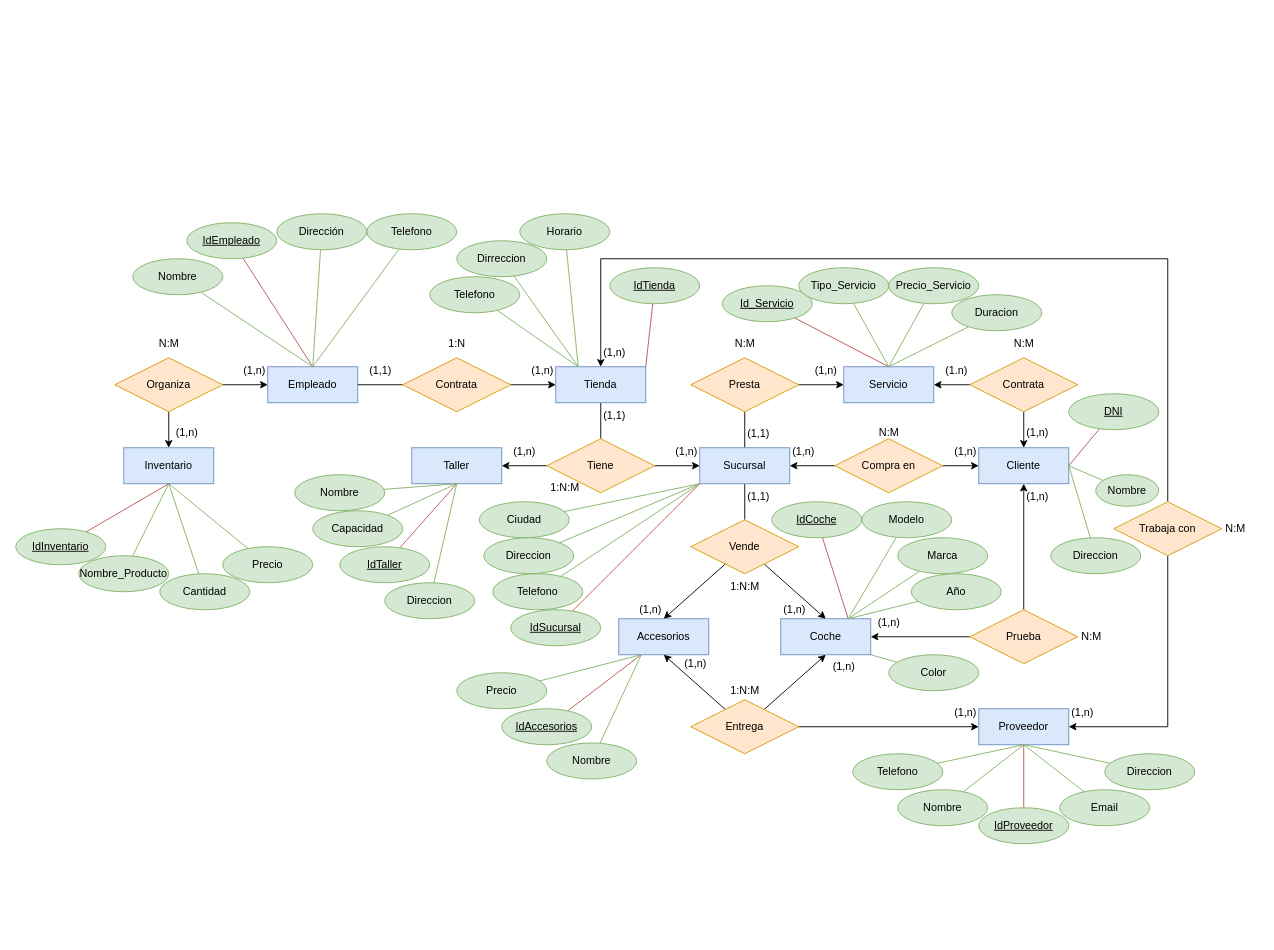
Before: Overcame.drawio in YerayGM/ProyectoOvercame-BAE, a draw.io diagram. Source tidied: cells renumbered, new cells numbered last; positions are measured from the earlier drawing's top-left corner, leaving out a move shared by most shapes. Both pictures are drawn from the tidied source at 90%, with x=0, y=0 at pixel (15, 213).
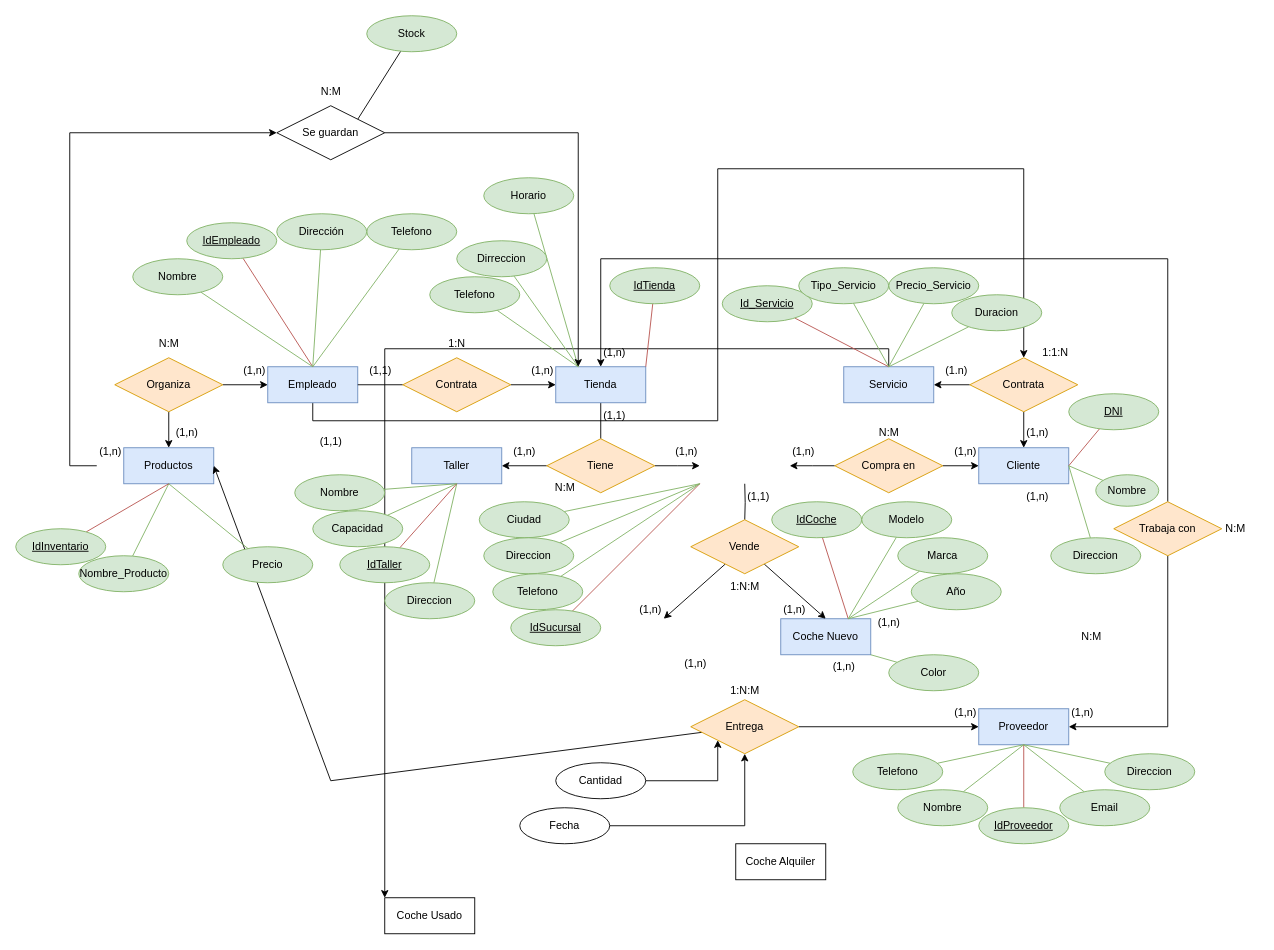
Above is the later version.

The change refers to these unchanged cells:
```xml
<mxCell id="3" value="Empleado" style="whiteSpace=wrap;html=1;align=center;fillColor=#dae8fc;strokeColor=#6c8ebf;" parent="1" vertex="1">
  <mxGeometry x="280" y="170" width="100" height="40" as="geometry" />
</mxCell>
<mxCell id="4" value="Servicio" style="whiteSpace=wrap;html=1;align=center;fillColor=#dae8fc;strokeColor=#6c8ebf;" parent="1" vertex="1">
  <mxGeometry x="920" y="170" width="100" height="40" as="geometry" />
</mxCell>
<mxCell id="10" value="Tienda" style="whiteSpace=wrap;html=1;align=center;fillColor=#dae8fc;strokeColor=#6c8ebf;" parent="1" vertex="1">
  <mxGeometry x="600" y="170" width="100" height="40" as="geometry" />
</mxCell>
<mxCell id="11" value="Cliente" style="whiteSpace=wrap;html=1;align=center;fillColor=#dae8fc;strokeColor=#6c8ebf;" parent="1" vertex="1">
  <mxGeometry x="1070" y="260" width="100" height="40" as="geometry" />
</mxCell>
<mxCell id="18" value="Entrega" style="shape=rhombus;perimeter=rhombusPerimeter;whiteSpace=wrap;html=1;align=center;fillColor=#ffe6cc;strokeColor=#d79b00;" parent="1" vertex="1">
  <mxGeometry x="750" y="540" width="120" height="60" as="geometry" />
</mxCell>
<mxCell id="24" value="Contrata" style="shape=rhombus;perimeter=rhombusPerimeter;whiteSpace=wrap;html=1;align=center;fillColor=#ffe6cc;strokeColor=#d79b00;" parent="1" vertex="1">
  <mxGeometry x="1060" y="160" width="120" height="60" as="geometry" />
</mxCell>
<mxCell id="32" value="Compra en" style="shape=rhombus;perimeter=rhombusPerimeter;whiteSpace=wrap;html=1;align=center;fillColor=#ffe6cc;strokeColor=#d79b00;" parent="1" vertex="1">
  <mxGeometry x="910" y="250" width="120" height="60" as="geometry" />
</mxCell>
<mxCell id="38" value="Vende" style="shape=rhombus;perimeter=rhombusPerimeter;whiteSpace=wrap;html=1;align=center;fillColor=#ffe6cc;strokeColor=#d79b00;" parent="1" vertex="1">
  <mxGeometry x="750" y="340" width="120" height="60" as="geometry" />
</mxCell>
<mxCell id="41" value="Tiene" style="shape=rhombus;perimeter=rhombusPerimeter;whiteSpace=wrap;html=1;align=center;fillColor=#ffe6cc;strokeColor=#d79b00;" parent="1" vertex="1">
  <mxGeometry x="590" y="250" width="120" height="60" as="geometry" />
</mxCell>
<mxCell id="80" value="Ciudad" style="ellipse;whiteSpace=wrap;html=1;align=center;fillColor=#d5e8d4;strokeColor=#82b366;" parent="1" vertex="1">
  <mxGeometry x="515" y="320" width="100" height="40" as="geometry" />
</mxCell>
<mxCell id="82" value="Direccion" style="ellipse;whiteSpace=wrap;html=1;align=center;fillColor=#d5e8d4;strokeColor=#82b366;" parent="1" vertex="1">
  <mxGeometry x="520" y="360" width="100" height="40" as="geometry" />
</mxCell>
<mxCell id="116" value="IdSucursal" style="ellipse;whiteSpace=wrap;html=1;align=center;fontStyle=4;fillColor=#d5e8d4;strokeColor=#82b366;" parent="1" vertex="1">
  <mxGeometry x="550" y="440" width="100" height="40" as="geometry" />
</mxCell>
<mxCell id="156" value="Telefono" style="ellipse;whiteSpace=wrap;html=1;align=center;fillColor=#d5e8d4;strokeColor=#82b366;" parent="1" vertex="1">
  <mxGeometry x="530" y="400" width="100" height="40" as="geometry" />
</mxCell>
```

The edit, as a diff of the source:
```diff
@@
+    <mxCell id="158" style="edgeStyle=orthogonalEdgeStyle;rounded=0;jettySize=auto;html=1;" parent="1" edge="1" target="163">
+      <mxGeometry relative="1" as="geometry">
+        <mxPoint x="90" y="280" as="sourcePoint" />
+        <Array as="points">
+          <mxPoint x="60" y="280" />
+          <mxPoint x="60" y="-90" />
+        </Array>
+      </mxGeometry>
+    </mxCell>
-    <mxCell id="2" value="Inventario" style="whiteSpace=wrap;html=1;align=center;fillColor=#dae8fc;strokeColor=#6c8ebf;" parent="1" vertex="1">
+    <mxCell id="2" value="Productos" style="whiteSpace=wrap;html=1;align=center;fillColor=#dae8fc;strokeColor=#6c8ebf;" parent="1" vertex="1">
       <mxGeometry x="120" y="260" width="100" height="40" as="geometry" />
     </mxCell>
+    <mxCell id="159" style="edgeStyle=orthogonalEdgeStyle;rounded=0;jettySize=auto;html=1;" parent="1" edge="1" source="3" target="24">
+      <mxGeometry relative="1" as="geometry">
+        <Array as="points">
+          <mxPoint x="330" y="230" />
+          <mxPoint x="780" y="230" />
+          <mxPoint x="780" y="-50" />
+          <mxPoint x="1120" y="-50" />
+        </Array>
+      </mxGeometry>
+    </mxCell>
@@
+    <mxCell id="160" style="edgeStyle=orthogonalEdgeStyle;rounded=0;jettySize=auto;html=1;" parent="1" edge="1" source="4" target="169">
+      <mxGeometry relative="1" as="geometry">
+        <Array as="points">
+          <mxPoint x="970" y="150" />
+          <mxPoint x="410" y="150" />
+        </Array>
+      </mxGeometry>
+    </mxCell>
@@
-    <mxCell id="6" style="edgeStyle=orthogonalEdgeStyle;rounded=0;jettySize=auto;html=1;endArrow=none;endFill=0;" parent="1" edge="1" source="8" target="38">
-      <mxGeometry relative="1" as="geometry" />
+    <mxCell id="6" style="edgeStyle=orthogonalEdgeStyle;rounded=0;jettySize=auto;html=1;endArrow=none;endFill=0;" parent="1" edge="1" target="38">
+      <mxGeometry relative="1" as="geometry">
+        <mxPoint x="810" y="300" as="sourcePoint" />
+      </mxGeometry>
     </mxCell>
-    <mxCell id="7" style="edgeStyle=orthogonalEdgeStyle;rounded=0;jettySize=auto;html=1;entryX=0.5;entryY=1;entryDx=0;entryDy=0;endArrow=none;endFill=0;" parent="1" edge="1" source="8" target="26">
-      <mxGeometry relative="1" as="geometry" />
-    </mxCell>
-    <mxCell id="8" value="Sucursal" style="whiteSpace=wrap;html=1;align=center;fillColor=#dae8fc;strokeColor=#6c8ebf;" parent="1" vertex="1">
-      <mxGeometry x="760" y="260" width="100" height="40" as="geometry" />
-    </mxCell>
@@
-    <mxCell id="13" value="Accesorios" style="whiteSpace=wrap;html=1;align=center;fillColor=#dae8fc;strokeColor=#6c8ebf;" parent="1" vertex="1">
-      <mxGeometry x="670" y="450" width="100" height="40" as="geometry" />
-    </mxCell>
-    <mxCell id="14" value="Coche" style="whiteSpace=wrap;html=1;align=center;fillColor=#dae8fc;strokeColor=#6c8ebf;" parent="1" vertex="1">
+    <mxCell id="14" value="Coche Nuevo" style="whiteSpace=wrap;html=1;align=center;fillColor=#dae8fc;strokeColor=#6c8ebf;" parent="1" vertex="1">
       <mxGeometry x="850" y="450" width="100" height="40" as="geometry" />
     </mxCell>
-    <mxCell id="15" style="rounded=0;jettySize=auto;html=1;entryX=0.5;entryY=1;entryDx=0;entryDy=0;" parent="1" edge="1" source="18" target="14">
-      <mxGeometry relative="1" as="geometry" />
-    </mxCell>
-    <mxCell id="16" style="rounded=0;jettySize=auto;html=1;entryX=0.5;entryY=1;entryDx=0;entryDy=0;" parent="1" edge="1" source="18" target="13">
-      <mxGeometry relative="1" as="geometry" />
+    <mxCell id="16" style="rounded=0;jettySize=auto;html=1;entryX=1;entryY=0.5;entryDx=0;entryDy=0;" parent="1" edge="1" source="18" target="2">
+      <mxGeometry relative="1" as="geometry">
+        <Array as="points">
+          <mxPoint x="350" y="630" />
+        </Array>
+      </mxGeometry>
     </mxCell>
@@
-    <mxCell id="25" style="edgeStyle=orthogonalEdgeStyle;rounded=0;jettySize=auto;html=1;entryX=0;entryY=0.5;entryDx=0;entryDy=0;" parent="1" edge="1" source="26" target="4">
-      <mxGeometry relative="1" as="geometry" />
-    </mxCell>
-    <mxCell id="26" value="Presta" style="shape=rhombus;perimeter=rhombusPerimeter;whiteSpace=wrap;html=1;align=center;fillColor=#ffe6cc;strokeColor=#d79b00;" parent="1" vertex="1">
-      <mxGeometry x="750" y="160" width="120" height="60" as="geometry" />
-    </mxCell>
@@
-    <mxCell id="30" style="edgeStyle=orthogonalEdgeStyle;rounded=0;jettySize=auto;html=1;entryX=1;entryY=0.5;entryDx=0;entryDy=0;" parent="1" edge="1" source="32" target="8">
-      <mxGeometry relative="1" as="geometry" />
+    <mxCell id="30" style="edgeStyle=orthogonalEdgeStyle;rounded=0;jettySize=auto;html=1;entryX=1;entryY=0.5;entryDx=0;entryDy=0;" parent="1" edge="1" source="32">
+      <mxGeometry relative="1" as="geometry">
+        <mxPoint x="860" y="280" as="targetPoint" />
+      </mxGeometry>
     </mxCell>
@@
-    <mxCell id="33" style="edgeStyle=orthogonalEdgeStyle;rounded=0;jettySize=auto;html=1;entryX=1;entryY=0.5;entryDx=0;entryDy=0;" parent="1" edge="1" source="35" target="14">
-      <mxGeometry relative="1" as="geometry" />
-    </mxCell>
-    <mxCell id="34" style="edgeStyle=orthogonalEdgeStyle;rounded=0;jettySize=auto;html=1;" parent="1" edge="1" source="35" target="11">
-      <mxGeometry relative="1" as="geometry" />
-    </mxCell>
-    <mxCell id="35" value="Prueba" style="shape=rhombus;perimeter=rhombusPerimeter;whiteSpace=wrap;html=1;align=center;fillColor=#ffe6cc;strokeColor=#d79b00;" parent="1" vertex="1">
-      <mxGeometry x="1060" y="440" width="120" height="60" as="geometry" />
-    </mxCell>
-    <mxCell id="36" style="rounded=0;jettySize=auto;html=1;entryX=0.5;entryY=0;entryDx=0;entryDy=0;endArrow=classic;endFill=1;" parent="1" edge="1" source="38" target="13">
-      <mxGeometry relative="1" as="geometry" />
+    <mxCell id="36" style="rounded=0;jettySize=auto;html=1;entryX=0.5;entryY=0;entryDx=0;entryDy=0;endArrow=classic;endFill=1;" parent="1" edge="1" source="38">
+      <mxGeometry relative="1" as="geometry">
+        <mxPoint x="720" y="450" as="targetPoint" />
+      </mxGeometry>
     </mxCell>
@@
-    <mxCell id="39" style="edgeStyle=orthogonalEdgeStyle;rounded=0;jettySize=auto;html=1;entryX=0;entryY=0.5;entryDx=0;entryDy=0;" parent="1" edge="1" source="41" target="8">
-      <mxGeometry relative="1" as="geometry" />
+    <mxCell id="39" style="edgeStyle=orthogonalEdgeStyle;rounded=0;jettySize=auto;html=1;entryX=0;entryY=0.5;entryDx=0;entryDy=0;" parent="1" edge="1" source="41">
+      <mxGeometry relative="1" as="geometry">
+        <mxPoint x="760" y="280" as="targetPoint" />
+      </mxGeometry>
     </mxCell>
@@
-    <mxCell id="44" value="1:N:M" style="text;html=1;align=center;verticalAlign=middle;strokeColor=none;fillColor=none;" parent="1" vertex="1">
-      <mxGeometry x="580" y="290" width="60" height="30" as="geometry" />
+    <mxCell id="44" value="N:M" style="text;html=1;align=center;verticalAlign=middle;strokeColor=none;fillColor=none;" parent="1" vertex="1">
+      <mxGeometry x="585" y="290" width="50" height="30" as="geometry" />
     </mxCell>
@@
-    <mxCell id="67" value="(1,n)" style="text;html=1;align=center;verticalAlign=middle;strokeColor=none;fillColor=none;" parent="1" vertex="1">
-      <mxGeometry x="875" y="160" width="50" height="30" as="geometry" />
-    </mxCell>
-    <mxCell id="68" value="(1,1)" style="text;html=1;align=center;verticalAlign=middle;strokeColor=none;fillColor=none;" parent="1" vertex="1">
-      <mxGeometry x="800" y="230" width="50" height="30" as="geometry" />
-    </mxCell>
-    <mxCell id="69" value="N:M" style="text;html=1;align=center;verticalAlign=middle;" parent="1" vertex="1">
-      <mxGeometry x="785" y="130" width="50" height="30" as="geometry" />
-    </mxCell>
@@
-    <mxCell id="72" value="N:M" style="text;html=1;align=center;verticalAlign=middle;strokeColor=none;fillColor=none;" parent="1" vertex="1">
-      <mxGeometry x="1095" y="130" width="50" height="30" as="geometry" />
+    <mxCell id="72" value="1:1:N" style="text;html=1;align=center;verticalAlign=middle;strokeColor=none;fillColor=none;" parent="1" vertex="1">
+      <mxGeometry x="1130" y="140" width="50" height="30" as="geometry" />
     </mxCell>
@@
-    <mxCell id="79" style="rounded=0;jettySize=auto;html=1;entryX=0;entryY=1;entryDx=0;entryDy=0;endArrow=none;endFill=0;fillColor=#d5e8d4;strokeColor=#82b366;" parent="1" edge="1" source="80" target="8">
-      <mxGeometry relative="1" as="geometry" />
+    <mxCell id="79" style="rounded=0;jettySize=auto;html=1;entryX=0;entryY=1;entryDx=0;entryDy=0;endArrow=none;endFill=0;fillColor=#d5e8d4;strokeColor=#82b366;" parent="1" edge="1" source="80">
+      <mxGeometry relative="1" as="geometry">
+        <mxPoint x="760" y="300" as="targetPoint" />
+      </mxGeometry>
     </mxCell>
@@
-    <mxCell id="81" style="rounded=0;jettySize=auto;html=1;entryX=0;entryY=1;entryDx=0;entryDy=0;endArrow=none;endFill=0;fillColor=#d5e8d4;strokeColor=#82b366;" parent="1" edge="1" source="82" target="8">
-      <mxGeometry relative="1" as="geometry" />
+    <mxCell id="81" style="rounded=0;jettySize=auto;html=1;entryX=0;entryY=1;entryDx=0;entryDy=0;endArrow=none;endFill=0;fillColor=#d5e8d4;strokeColor=#82b366;" parent="1" edge="1" source="82">
+      <mxGeometry relative="1" as="geometry">
+        <mxPoint x="760" y="300" as="targetPoint" />
+      </mxGeometry>
     </mxCell>
@@
     <mxCell id="86" value="Horario" style="ellipse;whiteSpace=wrap;html=1;align=center;fillColor=#d5e8d4;strokeColor=#82b366;" parent="1" vertex="1">
-      <mxGeometry x="560" width="100" height="40" as="geometry" />
+      <mxGeometry x="520" y="-40" width="100" height="40" as="geometry" />
     </mxCell>
@@
-    <mxCell id="95" style="rounded=0;jettySize=auto;html=1;endArrow=none;endFill=0;entryX=0.5;entryY=1;entryDx=0;entryDy=0;fillColor=#d5e8d4;strokeColor=#82b366;" parent="1" edge="1" source="96" target="2">
-      <mxGeometry relative="1" as="geometry" />
-    </mxCell>
+    <mxCell id="161" style="rounded=0;jettySize=auto;html=1;entryX=1;entryY=0;entryDx=0;entryDy=0;endArrow=none;endFill=0;" parent="1" edge="1" source="96" target="163">
+      <mxGeometry relative="1" as="geometry" />
+    </mxCell>
-    <mxCell id="96" value="Cantidad" style="ellipse;whiteSpace=wrap;html=1;align=center;fillColor=#d5e8d4;strokeColor=#82b366;" parent="1" vertex="1">
-      <mxGeometry x="160" y="400" width="100" height="40" as="geometry" />
+    <mxCell id="96" value="Stock" style="ellipse;whiteSpace=wrap;html=1;align=center;fillColor=#d5e8d4;strokeColor=#82b366;" parent="1" vertex="1">
+      <mxGeometry x="390" y="-220" width="100" height="40" as="geometry" />
     </mxCell>
@@
-    <mxCell id="109" style="rounded=0;jettySize=auto;html=1;entryX=0.25;entryY=1;entryDx=0;entryDy=0;endArrow=none;endFill=0;fillColor=#f8cecc;strokeColor=#b85450;" parent="1" edge="1" source="110" target="13">
-      <mxGeometry relative="1" as="geometry" />
-    </mxCell>
-    <mxCell id="110" value="IdAccesorios" style="ellipse;whiteSpace=wrap;html=1;align=center;fontStyle=4;fillColor=#d5e8d4;strokeColor=#82b366;" parent="1" vertex="1">
-      <mxGeometry x="540" y="550" width="100" height="40" as="geometry" />
-    </mxCell>
@@
-    <mxCell id="115" style="rounded=0;jettySize=auto;html=1;entryX=0;entryY=1;entryDx=0;entryDy=0;endArrow=none;endFill=0;fillColor=#f8cecc;strokeColor=#b85450;" parent="1" edge="1" source="116" target="8">
-      <mxGeometry relative="1" as="geometry" />
+    <mxCell id="115" style="rounded=0;jettySize=auto;html=1;entryX=0;entryY=1;entryDx=0;entryDy=0;endArrow=none;endFill=0;fillColor=#f8cecc;strokeColor=#b85450;" parent="1" edge="1" source="116">
+      <mxGeometry relative="1" as="geometry">
+        <mxPoint x="760" y="300" as="targetPoint" />
+      </mxGeometry>
     </mxCell>
@@
-    <mxCell id="139" style="rounded=0;jettySize=auto;html=1;entryX=0.25;entryY=1;entryDx=0;entryDy=0;endArrow=none;endFill=0;fillColor=#d5e8d4;strokeColor=#82b366;" parent="1" edge="1" source="140" target="13">
-      <mxGeometry relative="1" as="geometry" />
-    </mxCell>
-    <mxCell id="140" value="Nombre" style="ellipse;whiteSpace=wrap;html=1;align=center;fillColor=#d5e8d4;strokeColor=#82b366;" parent="1" vertex="1">
-      <mxGeometry x="590" y="588" width="100" height="40" as="geometry" />
-    </mxCell>
-    <mxCell id="141" style="rounded=0;jettySize=auto;html=1;entryX=0.25;entryY=1;entryDx=0;entryDy=0;endArrow=none;endFill=0;fillColor=#d5e8d4;strokeColor=#82b366;" parent="1" edge="1" source="142" target="13">
-      <mxGeometry relative="1" as="geometry" />
-    </mxCell>
-    <mxCell id="142" value="Precio" style="ellipse;whiteSpace=wrap;html=1;align=center;fillColor=#d5e8d4;strokeColor=#82b366;" parent="1" vertex="1">
-      <mxGeometry x="490" y="510" width="100" height="40" as="geometry" />
-    </mxCell>
@@
-    <mxCell id="155" style="rounded=0;jettySize=auto;html=1;entryX=0;entryY=1;entryDx=0;entryDy=0;endArrow=none;endFill=0;fillColor=#d5e8d4;strokeColor=#82b366;" parent="1" edge="1" source="156" target="8">
-      <mxGeometry relative="1" as="geometry" />
+    <mxCell id="155" style="rounded=0;jettySize=auto;html=1;entryX=0;entryY=1;entryDx=0;entryDy=0;endArrow=none;endFill=0;fillColor=#d5e8d4;strokeColor=#82b366;" parent="1" edge="1" source="156">
+      <mxGeometry relative="1" as="geometry">
+        <mxPoint x="760" y="300" as="targetPoint" />
+      </mxGeometry>
     </mxCell>
@@
+    <mxCell id="67" value="(1,n)" style="text;html=1;align=center;verticalAlign=middle;strokeColor=none;fillColor=none;" parent="1" vertex="1">
+      <mxGeometry x="80" y="250" width="50" height="30" as="geometry" />
+    </mxCell>
+    <mxCell id="162" style="edgeStyle=orthogonalEdgeStyle;rounded=0;jettySize=auto;html=1;entryX=0.25;entryY=0;entryDx=0;entryDy=0;" parent="1" edge="1" source="163" target="10">
+      <mxGeometry relative="1" as="geometry" />
+    </mxCell>
+    <mxCell id="163" value="Se guardan" style="shape=rhombus;perimeter=rhombusPerimeter;whiteSpace=wrap;html=1;align=center;" parent="1" vertex="1">
+      <mxGeometry x="290" y="-120" width="120" height="60" as="geometry" />
+    </mxCell>
+    <mxCell id="69" value="N:M" style="text;html=1;align=center;verticalAlign=middle;strokeColor=none;fillColor=none;" parent="1" vertex="1">
+      <mxGeometry x="325" y="-150" width="50" height="30" as="geometry" />
+    </mxCell>
+    <mxCell id="68" value="(1,1)" style="text;html=1;align=center;verticalAlign=middle;strokeColor=none;fillColor=none;" parent="1" vertex="1">
+      <mxGeometry x="325" y="238" width="50" height="30" as="geometry" />
+    </mxCell>
+    <mxCell id="164" style="edgeStyle=orthogonalEdgeStyle;rounded=0;jettySize=auto;html=1;entryX=0;entryY=1;entryDx=0;entryDy=0;" parent="1" edge="1" source="165" target="18">
+      <mxGeometry relative="1" as="geometry" />
+    </mxCell>
+    <mxCell id="165" value="Cantidad" style="ellipse;whiteSpace=wrap;html=1;align=center;" parent="1" vertex="1">
+      <mxGeometry x="600" y="610" width="100" height="40" as="geometry" />
+    </mxCell>
+    <mxCell id="166" style="edgeStyle=orthogonalEdgeStyle;rounded=0;jettySize=auto;html=1;entryX=0.5;entryY=1;entryDx=0;entryDy=0;" parent="1" edge="1" source="167" target="18">
+      <mxGeometry relative="1" as="geometry" />
+    </mxCell>
+    <mxCell id="167" value="Fecha" style="ellipse;whiteSpace=wrap;html=1;align=center;" parent="1" vertex="1">
+      <mxGeometry x="560" y="660" width="100" height="40" as="geometry" />
+    </mxCell>
+    <mxCell id="168" value="Coche Alquiler" style="whiteSpace=wrap;html=1;align=center;" parent="1" vertex="1">
+      <mxGeometry x="800" y="700" width="100" height="40" as="geometry" />
+    </mxCell>
+    <mxCell id="169" value="Coche Usado" style="whiteSpace=wrap;html=1;align=center;" parent="1" vertex="1">
+      <mxGeometry x="410" y="760" width="100" height="40" as="geometry" />
+    </mxCell>
```
